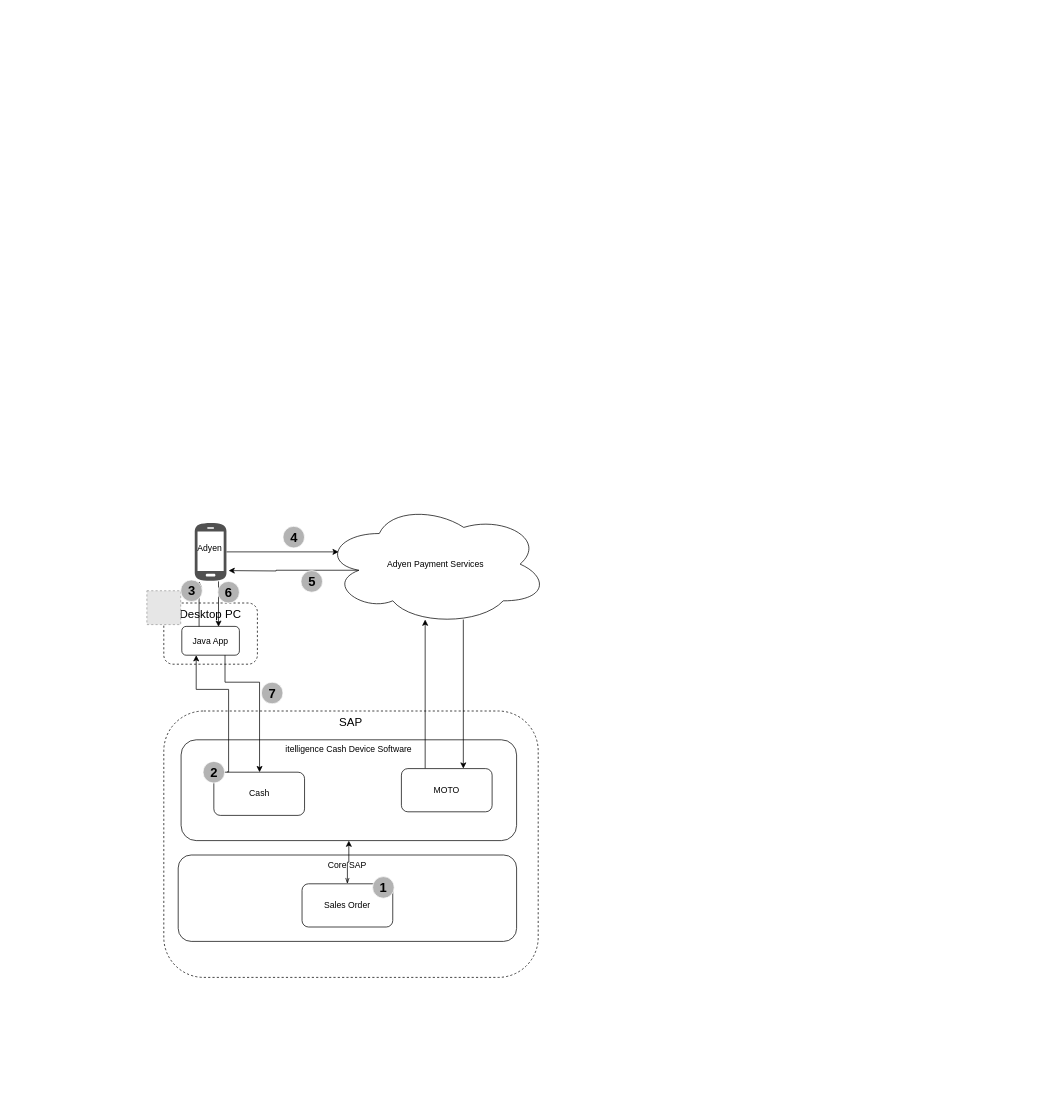
Above: page "As -Is Cash" (1 of 6) of Adyen Options.drawio in mrf742002/Diagrams (draw.io), before the change. Source tidied: cells renumbered, new cells numbered last; positions are measured from the earlier drawing's top-left corner, leaving out a move shared by most shapes. Both pictures are drawn from the tidied source at 72%, with x=0, y=0 at pixel (146, 503). Pictures stored in the file or linked from it are replaced by grey dashed boxes.
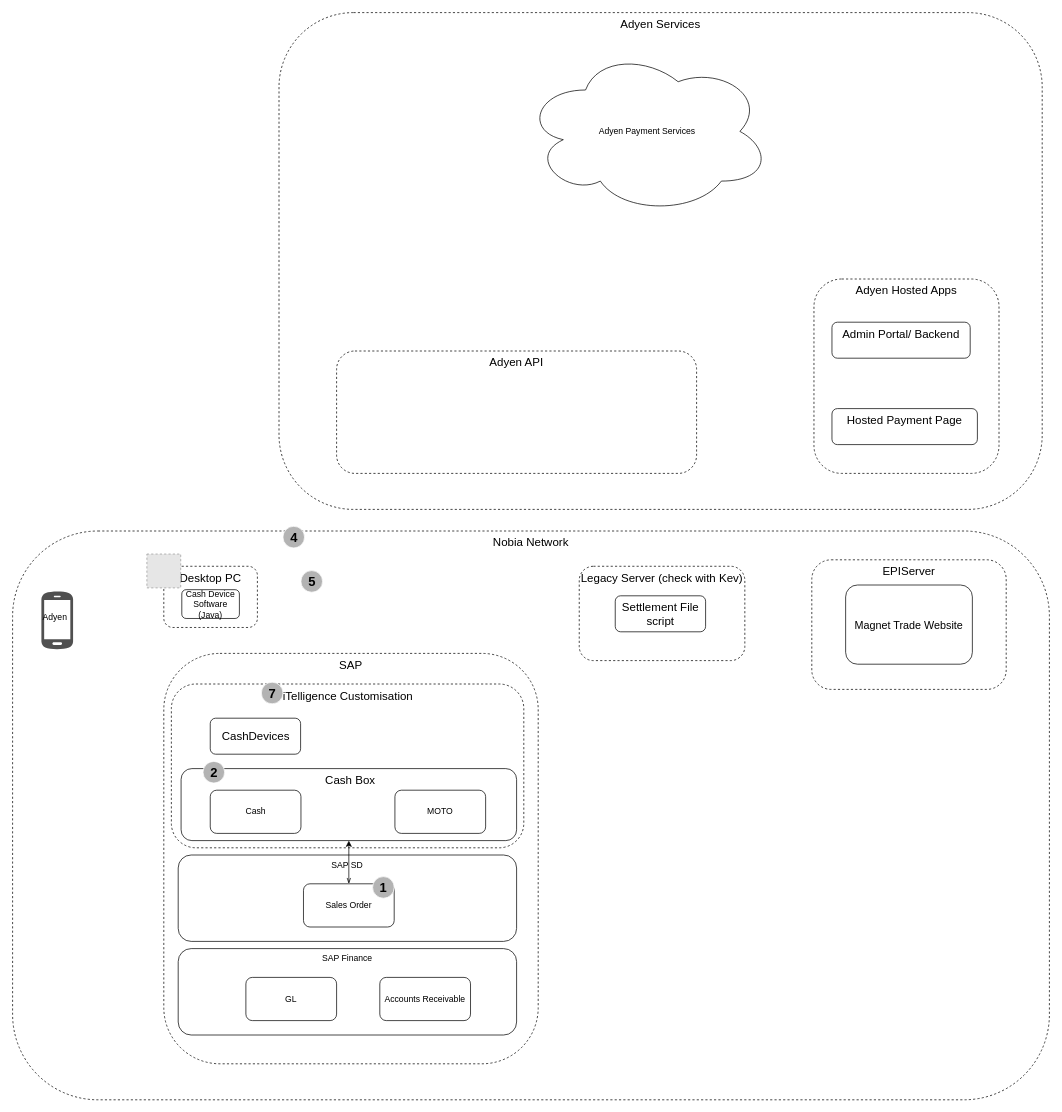
Above is the later version.

Change to the diagram source:
```diff
@@
-    <mxCell id="2" style="edgeStyle=orthogonalEdgeStyle;rounded=0;jettySize=auto;html=1;entryX=0.07;entryY=0.4;entryDx=0;entryDy=0;entryPerimeter=0;startArrow=none;startFill=0;endArrow=classic;endFill=1;" parent="1" edge="1" source="3" target="10">
-      <mxGeometry relative="1" as="geometry" />
-    </mxCell>
+    <mxCell id="30" value="&lt;font style=&quot;font-size: 16px&quot;&gt;Nobia Network&lt;/font&gt;" style="rounded=1;whiteSpace=wrap;html=1;dashed=1;verticalAlign=top;" parent="1" vertex="1">
+      <mxGeometry x="-186" y="39" width="1440" height="790" as="geometry" />
+    </mxCell>
+    <mxCell id="11" value="&lt;font style=&quot;font-size: 16px&quot;&gt;SAP&lt;/font&gt;" style="rounded=1;whiteSpace=wrap;html=1;dashed=1;verticalAlign=top;" parent="1" vertex="1">
+      <mxGeometry x="24" y="209" width="520" height="570" as="geometry" />
+    </mxCell>
+    <mxCell id="31" value="&lt;span style=&quot;font-size: 16px&quot;&gt;iTelligence Customisation&lt;/span&gt;" style="rounded=1;whiteSpace=wrap;html=1;dashed=1;verticalAlign=top;" parent="1" vertex="1">
+      <mxGeometry x="34.5" y="251.5" width="489.5" height="227.5" as="geometry" />
+    </mxCell>
+    <mxCell id="32" value="&lt;font style=&quot;font-size: 16px&quot;&gt;Adyen Services&lt;/font&gt;" style="rounded=1;whiteSpace=wrap;html=1;dashed=1;verticalAlign=top;" parent="1" vertex="1">
+      <mxGeometry x="184" y="-681" width="1060" height="690" as="geometry" />
+    </mxCell>
+    <mxCell id="33" value="&lt;span style=&quot;font-size: 16px&quot;&gt;Adyen Hosted Apps&lt;/span&gt;" style="rounded=1;whiteSpace=wrap;html=1;dashed=1;verticalAlign=top;" parent="1" vertex="1">
+      <mxGeometry x="927" y="-311" width="257" height="270" as="geometry" />
+    </mxCell>
     <mxCell id="3" style="shadow=0;dashed=0;html=1;strokeColor=none;fillColor=#505050;labelPosition=center;verticalLabelPosition=bottom;verticalAlign=top;outlineConnect=0;align=center;shape=mxgraph.office.devices.cell_phone_android_proportional;fontColor=#858585;" parent="1" vertex="1">
-      <mxGeometry x="67" y="27" width="44" height="82" as="geometry" />
+      <mxGeometry x="-146" y="122" width="44" height="82" as="geometry" />
     </mxCell>
     <mxCell id="4" value="Adyen" style="text;html=1;align=left;verticalAlign=top;spacingTop=-4;fontColor=#000000;" parent="1" vertex="1">
-      <mxGeometry x="68.5" y="52.5" width="50" height="10" as="geometry" />
+      <mxGeometry x="-146" y="149" width="50" height="10" as="geometry" />
     </mxCell>
     <mxCell id="5" value="&lt;font style=&quot;font-size: 16px&quot;&gt;Desktop PC&lt;/font&gt;" style="rounded=1;whiteSpace=wrap;html=1;dashed=1;verticalAlign=top;" parent="1" vertex="1">
-      <mxGeometry x="24" y="139" width="130" height="85" as="geometry" />
+      <mxGeometry x="24" y="88" width="130" height="85" as="geometry" />
     </mxCell>
-    <mxCell id="6" style="edgeStyle=orthogonalEdgeStyle;rounded=0;html=1;exitX=0.5;exitY=0;exitDx=0;exitDy=0;jettySize=auto;orthogonalLoop=1;fontColor=#545454;endArrow=classic;endFill=1;startArrow=none;startFill=0;" parent="1" edge="1">
-      <mxGeometry relative="1" as="geometry">
-        <mxPoint x="73" y="172" as="sourcePoint" />
-        <mxPoint x="73" y="109" as="targetPoint" />
-      </mxGeometry>
-    </mxCell>
-    <mxCell id="7" value="Java App" style="rounded=1;whiteSpace=wrap;html=1;" parent="1" vertex="1">
-      <mxGeometry x="49" y="171.5" width="80" height="40" as="geometry" />
+    <mxCell id="7" value="Cash Device Software (Java)" style="rounded=1;whiteSpace=wrap;html=1;" parent="1" vertex="1">
+      <mxGeometry x="49" y="120.5" width="80" height="40" as="geometry" />
     </mxCell>
     <mxCell id="8" style="fillColor=#E6E6E6;strokeColor=#999999;dashed=1;html=1;verticalAlign=top;verticalLabelPosition=bottom;labelBackgroundColor=#ffffff;fontColor=#545454;" parent="1" vertex="1">
-      <mxGeometry x="0.5" y="122" width="47" height="47" as="geometry" />
+      <mxGeometry x="0.5" y="71" width="47" height="47" as="geometry" />
     </mxCell>
-    <mxCell id="9" style="edgeStyle=orthogonalEdgeStyle;rounded=0;jettySize=auto;html=1;exitX=0.16;exitY=0.55;exitDx=0;exitDy=0;exitPerimeter=0;startArrow=none;startFill=0;endArrow=classic;endFill=1;" parent="1" edge="1" source="10">
-      <mxGeometry relative="1" as="geometry">
-        <mxPoint x="114" y="94" as="targetPoint" />
-      </mxGeometry>
-    </mxCell>
     <mxCell id="10" value="Adyen Payment Services" style="ellipse;shape=cloud;whiteSpace=wrap;html=1;" parent="1" vertex="1">
-      <mxGeometry x="245" width="313" height="170" as="geometry" />
+      <mxGeometry x="524" y="-631" width="343" height="230" as="geometry" />
     </mxCell>
-    <mxCell id="11" value="&lt;font style=&quot;font-size: 16px&quot;&gt;SAP&lt;/font&gt;" style="rounded=1;whiteSpace=wrap;html=1;dashed=1;verticalAlign=top;" parent="1" vertex="1">
-      <mxGeometry x="24" y="289" width="520" height="370" as="geometry" />
-    </mxCell>
-    <mxCell id="12" value="itelligence Cash Device Software" style="rounded=1;whiteSpace=wrap;html=1;verticalAlign=top;" parent="1" vertex="1">
-      <mxGeometry x="48" y="329" width="466" height="140" as="geometry" />
+    <mxCell id="12" value="&amp;nbsp;Cash Box" style="rounded=1;whiteSpace=wrap;html=1;verticalAlign=top;fontSize=16;" parent="1" vertex="1">
+      <mxGeometry x="48" y="369" width="466" height="100" as="geometry" />
     </mxCell>
-    <mxCell id="13" style="edgeStyle=orthogonalEdgeStyle;rounded=0;jettySize=auto;html=1;exitX=0.15;exitY=-0.031;exitDx=0;exitDy=0;startArrow=openThin;startFill=0;endArrow=classic;endFill=1;exitPerimeter=0;entryX=0.25;entryY=1;entryDx=0;entryDy=0;" parent="1" edge="1" source="14" target="7">
-      <mxGeometry relative="1" as="geometry">
-        <Array as="points">
-          <mxPoint x="112" y="374" />
-          <mxPoint x="114" y="374" />
-          <mxPoint x="114" y="259" />
-          <mxPoint x="69" y="259" />
-        </Array>
-      </mxGeometry>
-    </mxCell>
     <mxCell id="14" value="Cash" style="rounded=1;whiteSpace=wrap;html=1;" parent="1" vertex="1">
-      <mxGeometry x="93.5" y="374" width="126" height="60" as="geometry" />
+      <mxGeometry x="88.5" y="399" width="126" height="60" as="geometry" />
     </mxCell>
-    <mxCell id="15" style="edgeStyle=orthogonalEdgeStyle;rounded=0;orthogonalLoop=1;jettySize=auto;html=1;exitX=0.5;exitY=0;exitDx=0;exitDy=0;entryX=0.55;entryY=0.95;entryDx=0;entryDy=0;entryPerimeter=0;startArrow=none;startFill=0;endArrow=classic;endFill=1;" parent="1" edge="1">
-      <mxGeometry relative="1" as="geometry">
-        <mxPoint x="387" y="369" as="sourcePoint" />
-        <mxPoint x="387" y="162" as="targetPoint" />
-      </mxGeometry>
-    </mxCell>
     <mxCell id="16" value="MOTO" style="rounded=1;whiteSpace=wrap;html=1;" parent="1" vertex="1">
-      <mxGeometry x="354" y="369" width="126" height="60" as="geometry" />
+      <mxGeometry x="345" y="399" width="126" height="60" as="geometry" />
     </mxCell>
-    <mxCell id="17" value="Core SAP" style="rounded=1;whiteSpace=wrap;html=1;verticalAlign=top;" parent="1" vertex="1">
+    <mxCell id="17" value="SAP SD" style="rounded=1;whiteSpace=wrap;html=1;verticalAlign=top;" parent="1" vertex="1">
       <mxGeometry x="44" y="489" width="470" height="120" as="geometry" />
     </mxCell>
@@
     <mxCell id="19" value="Sales Order" style="rounded=1;whiteSpace=wrap;html=1;" parent="1" vertex="1">
-      <mxGeometry x="216" y="529" width="126" height="60" as="geometry" />
+      <mxGeometry x="218" y="529" width="126" height="60" as="geometry" />
     </mxCell>
@@
-    <mxCell id="21" style="edgeStyle=orthogonalEdgeStyle;rounded=0;orthogonalLoop=1;jettySize=auto;html=1;entryX=0.5;entryY=0;entryDx=0;entryDy=0;startArrow=none;startFill=0;endArrow=classic;endFill=1;" parent="1" edge="1">
-      <mxGeometry relative="1" as="geometry">
-        <mxPoint x="100" y="109" as="sourcePoint" />
-        <mxPoint x="100" y="172" as="targetPoint" />
-      </mxGeometry>
-    </mxCell>
-    <mxCell id="22" style="edgeStyle=orthogonalEdgeStyle;rounded=0;jettySize=auto;html=1;exitX=0.75;exitY=1;exitDx=0;exitDy=0;startArrow=none;startFill=0;endArrow=classic;endFill=1;" parent="1" edge="1" source="7" target="14">
-      <mxGeometry relative="1" as="geometry">
-        <Array as="points">
-          <mxPoint x="109" y="249" />
-          <mxPoint x="157" y="249" />
-        </Array>
-      </mxGeometry>
-    </mxCell>
-    <mxCell id="23" style="edgeStyle=orthogonalEdgeStyle;rounded=0;orthogonalLoop=1;jettySize=auto;html=1;exitX=0.55;exitY=0.95;exitDx=0;exitDy=0;exitPerimeter=0;startArrow=none;startFill=0;endArrow=classic;endFill=1;" parent="1" edge="1">
-      <mxGeometry relative="1" as="geometry">
-        <mxPoint x="440" y="162" as="sourcePoint" />
-        <mxPoint x="440" y="369" as="targetPoint" />
-      </mxGeometry>
-    </mxCell>
@@
-    <mxCell id="25" value="&lt;b&gt;&lt;font style=&quot;font-size: 18px&quot;&gt;3&lt;/font&gt;&lt;/b&gt;" style="ellipse;whiteSpace=wrap;html=1;strokeColor=#FFFFFF;fillColor=#B3B3B3;fontSize=20;" parent="1" vertex="1">
-      <mxGeometry x="47.5" y="107" width="30" height="30" as="geometry" />
-    </mxCell>
@@
-    <mxCell id="28" value="&lt;b&gt;&lt;font style=&quot;font-size: 18px&quot;&gt;6&lt;/font&gt;&lt;/b&gt;" style="ellipse;whiteSpace=wrap;html=1;strokeColor=#FFFFFF;fillColor=#B3B3B3;fontSize=20;" parent="1" vertex="1">
-      <mxGeometry x="99" y="109" width="30" height="30" as="geometry" />
-    </mxCell>
@@
+    <mxCell id="34" value="CashDevices" style="rounded=1;whiteSpace=wrap;html=1;fontSize=16;" parent="1" vertex="1">
+      <mxGeometry x="88.5" y="299" width="125.5" height="50" as="geometry" />
+    </mxCell>
+    <mxCell id="35" value="&lt;font style=&quot;font-size: 16px&quot;&gt;EPIServer&lt;/font&gt;" style="rounded=1;whiteSpace=wrap;html=1;dashed=1;verticalAlign=top;" parent="1" vertex="1">
+      <mxGeometry x="924" y="79" width="270" height="180" as="geometry" />
+    </mxCell>
+    <mxCell id="36" value="&lt;span style=&quot;font-size: 16px&quot;&gt;Hosted Payment Page&lt;/span&gt;" style="rounded=1;whiteSpace=wrap;html=1;verticalAlign=top;" parent="1" vertex="1">
+      <mxGeometry x="952" y="-131" width="202" height="50" as="geometry" />
+    </mxCell>
+    <mxCell id="37" value="&lt;span style=&quot;font-size: 16px&quot;&gt;Admin Portal/ Backend&lt;/span&gt;" style="rounded=1;whiteSpace=wrap;html=1;verticalAlign=top;" parent="1" vertex="1">
+      <mxGeometry x="952" y="-251" width="192" height="50" as="geometry" />
+    </mxCell>
+    <mxCell id="38" value="&lt;span style=&quot;font-size: 16px&quot;&gt;Adyen API&lt;/span&gt;" style="rounded=1;whiteSpace=wrap;html=1;dashed=1;verticalAlign=top;" parent="1" vertex="1">
+      <mxGeometry x="264" y="-211" width="500" height="170" as="geometry" />
+    </mxCell>
+    <mxCell id="39" value="&lt;font style=&quot;font-size: 15px&quot;&gt;Magnet Trade Website&lt;/font&gt;" style="rounded=1;whiteSpace=wrap;html=1;" parent="1" vertex="1">
+      <mxGeometry x="971" y="114" width="176" height="110" as="geometry" />
+    </mxCell>
+    <mxCell id="40" value="SAP Finance" style="rounded=1;whiteSpace=wrap;html=1;verticalAlign=top;" parent="1" vertex="1">
+      <mxGeometry x="44" y="619" width="470" height="120" as="geometry" />
+    </mxCell>
+    <mxCell id="41" value="GL" style="rounded=1;whiteSpace=wrap;html=1;" parent="1" vertex="1">
+      <mxGeometry x="138" y="659" width="126" height="60" as="geometry" />
+    </mxCell>
+    <mxCell id="42" value="Accounts Receivable" style="rounded=1;whiteSpace=wrap;html=1;" parent="1" vertex="1">
+      <mxGeometry x="324" y="659" width="126" height="60" as="geometry" />
+    </mxCell>
+    <mxCell id="43" value="&lt;font style=&quot;font-size: 16px&quot;&gt;Legacy Server (check with Kev)&lt;/font&gt;" style="rounded=1;whiteSpace=wrap;html=1;dashed=1;verticalAlign=top;" parent="1" vertex="1">
+      <mxGeometry x="601" y="88" width="230" height="131" as="geometry" />
+    </mxCell>
+    <mxCell id="44" value="Settlement File script" style="rounded=1;whiteSpace=wrap;html=1;fontSize=16;" parent="1" vertex="1">
+      <mxGeometry x="651" y="129" width="125.5" height="50" as="geometry" />
+    </mxCell>
```
